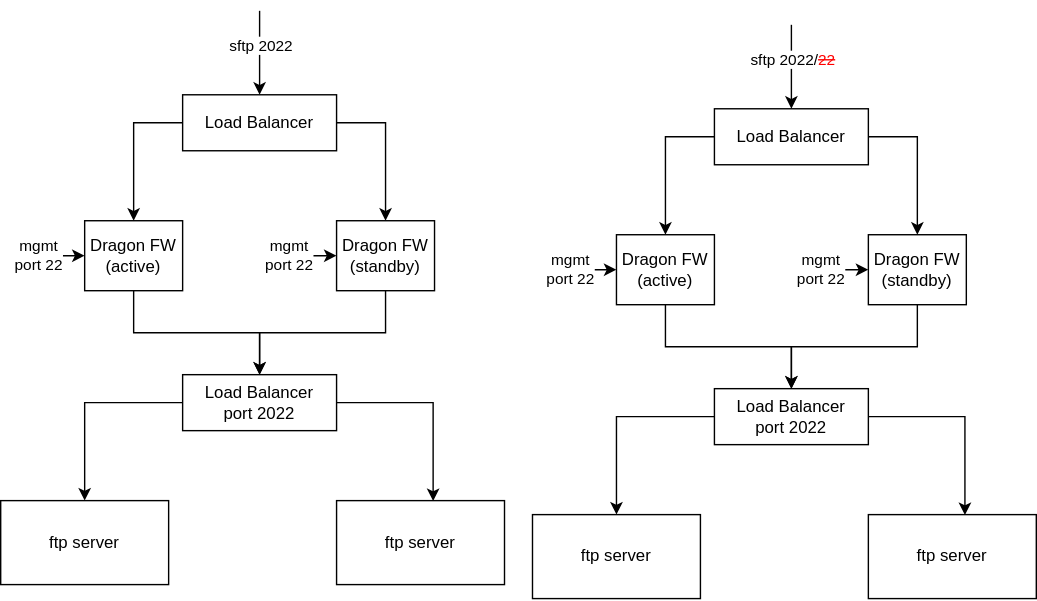
vjavle/invoicecloud keeps this draw.io diagram as ftpport22.svg. Above is the earlier version. Source tidied: cells renumbered, new cells last; positions are measured from the earlier drawing's top-left corner, leaving out a move shared by most shapes. Its diagram source:
```xml
<mxGraphModel>
  <root>
    <mxCell id="0" />
    <mxCell id="1" parent="0" />
    <mxCell id="2" style="edgeStyle=orthogonalEdgeStyle;rounded=0;jettySize=auto;html=1;startArrow=none;startFill=0;endArrow=classic;endFill=1;" parent="1" edge="1" source="5" target="10">
      <mxGeometry relative="1" as="geometry" />
    </mxCell>
    <mxCell id="3" style="edgeStyle=orthogonalEdgeStyle;rounded=0;jettySize=auto;html=1;startArrow=classic;startFill=1;endArrow=none;endFill=0;" parent="1" edge="1" source="5">
      <mxGeometry relative="1" as="geometry">
        <mxPoint x="10" y="175" as="targetPoint" />
      </mxGeometry>
    </mxCell>
    <mxCell id="4" value="mgmt&lt;br&gt;port 22" style="edgeLabel;html=1;align=center;verticalAlign=middle;" parent="3" vertex="1">
      <mxGeometry x="0.32" relative="1" as="geometry" />
    </mxCell>
    <mxCell id="5" value="Dragon FW&lt;br&gt;(active)" style="rounded=0;whiteSpace=wrap;html=1;" parent="1" vertex="1">
      <mxGeometry x="60" y="150" width="70" height="50" as="geometry" />
    </mxCell>
    <mxCell id="6" value="ftp server" style="rounded=0;whiteSpace=wrap;html=1;" parent="1" vertex="1">
      <mxGeometry y="350" width="120" height="60" as="geometry" />
    </mxCell>
    <mxCell id="7" value="ftp server" style="rounded=0;whiteSpace=wrap;html=1;" parent="1" vertex="1">
      <mxGeometry x="240" y="350" width="120" height="60" as="geometry" />
    </mxCell>
    <mxCell id="8" style="edgeStyle=orthogonalEdgeStyle;rounded=0;jettySize=auto;html=1;entryX=0.575;entryY=0.006;entryDx=0;entryDy=0;entryPerimeter=0;startArrow=none;startFill=0;endArrow=classic;endFill=1;exitX=1;exitY=0.5;exitDx=0;exitDy=0;" parent="1" edge="1" source="10" target="7">
      <mxGeometry relative="1" as="geometry" />
    </mxCell>
    <mxCell id="9" style="edgeStyle=orthogonalEdgeStyle;rounded=0;jettySize=auto;html=1;startArrow=none;startFill=0;endArrow=classic;endFill=1;" parent="1" edge="1" source="10" target="6">
      <mxGeometry relative="1" as="geometry" />
    </mxCell>
    <mxCell id="10" value="Load Balancer&lt;br&gt;port 2022" style="rounded=0;whiteSpace=wrap;html=1;" parent="1" vertex="1">
      <mxGeometry x="130" y="260" width="110" height="40" as="geometry" />
    </mxCell>
    <mxCell id="11" style="edgeStyle=orthogonalEdgeStyle;rounded=0;jettySize=auto;html=1;entryX=0.5;entryY=0;entryDx=0;entryDy=0;startArrow=none;startFill=0;endArrow=classic;endFill=1;exitX=0;exitY=0.5;exitDx=0;exitDy=0;" parent="1" edge="1" source="15" target="5">
      <mxGeometry relative="1" as="geometry" />
    </mxCell>
    <mxCell id="12" style="edgeStyle=orthogonalEdgeStyle;rounded=0;jettySize=auto;html=1;startArrow=none;startFill=0;endArrow=classic;endFill=1;exitX=1;exitY=0.5;exitDx=0;exitDy=0;" parent="1" edge="1" source="15" target="19">
      <mxGeometry relative="1" as="geometry" />
    </mxCell>
    <mxCell id="13" style="edgeStyle=orthogonalEdgeStyle;rounded=0;jettySize=auto;html=1;startArrow=classic;startFill=1;endArrow=none;endFill=0;" parent="1" edge="1" source="15">
      <mxGeometry relative="1" as="geometry">
        <mxPoint x="185" as="targetPoint" />
      </mxGeometry>
    </mxCell>
    <mxCell id="14" value="sftp 2022" style="edgeLabel;html=1;align=center;verticalAlign=middle;" parent="13" vertex="1">
      <mxGeometry x="0.17" y="-1" relative="1" as="geometry" />
    </mxCell>
    <mxCell id="15" value="Load Balancer" style="rounded=0;whiteSpace=wrap;html=1;" parent="1" vertex="1">
      <mxGeometry x="130" y="60" width="110" height="40" as="geometry" />
    </mxCell>
    <mxCell id="16" style="edgeStyle=orthogonalEdgeStyle;rounded=0;jettySize=auto;html=1;startArrow=none;startFill=0;endArrow=classic;endFill=1;" parent="1" edge="1" source="19" target="10">
      <mxGeometry relative="1" as="geometry" />
    </mxCell>
    <mxCell id="17" style="edgeStyle=orthogonalEdgeStyle;rounded=0;jettySize=auto;html=1;startArrow=classic;startFill=1;endArrow=none;endFill=0;" parent="1" edge="1" source="19">
      <mxGeometry relative="1" as="geometry">
        <mxPoint x="200" y="175" as="targetPoint" />
      </mxGeometry>
    </mxCell>
    <mxCell id="18" value="mgmt&lt;br&gt;port 22" style="edgeLabel;html=1;align=center;verticalAlign=middle;" parent="17" vertex="1">
      <mxGeometry x="0.72" relative="1" as="geometry" />
    </mxCell>
    <mxCell id="19" value="Dragon FW&lt;br&gt;(standby)" style="rounded=0;whiteSpace=wrap;html=1;" parent="1" vertex="1">
      <mxGeometry x="240" y="150" width="70" height="50" as="geometry" />
    </mxCell>
    <mxCell id="20" style="edgeStyle=orthogonalEdgeStyle;rounded=0;jettySize=auto;html=1;startArrow=none;startFill=0;endArrow=classic;endFill=1;" parent="1" edge="1" source="23" target="28">
      <mxGeometry relative="1" as="geometry" />
    </mxCell>
    <mxCell id="21" style="edgeStyle=orthogonalEdgeStyle;rounded=0;jettySize=auto;html=1;startArrow=classic;startFill=1;endArrow=none;endFill=0;" parent="1" edge="1" source="23">
      <mxGeometry relative="1" as="geometry">
        <mxPoint x="390" y="185" as="targetPoint" />
      </mxGeometry>
    </mxCell>
    <mxCell id="22" value="mgmt&lt;br&gt;port 22" style="edgeLabel;html=1;align=center;verticalAlign=middle;" parent="21" vertex="1">
      <mxGeometry x="0.32" relative="1" as="geometry" />
    </mxCell>
    <mxCell id="23" value="Dragon FW&lt;br&gt;(active)" style="rounded=0;whiteSpace=wrap;html=1;" parent="1" vertex="1">
      <mxGeometry x="440" y="160" width="70" height="50" as="geometry" />
    </mxCell>
    <mxCell id="24" value="ftp server" style="rounded=0;whiteSpace=wrap;html=1;" parent="1" vertex="1">
      <mxGeometry x="380" y="360" width="120" height="60" as="geometry" />
    </mxCell>
    <mxCell id="25" value="ftp server" style="rounded=0;whiteSpace=wrap;html=1;" parent="1" vertex="1">
      <mxGeometry x="620" y="360" width="120" height="60" as="geometry" />
    </mxCell>
    <mxCell id="26" style="edgeStyle=orthogonalEdgeStyle;rounded=0;jettySize=auto;html=1;entryX=0.575;entryY=0.006;entryDx=0;entryDy=0;entryPerimeter=0;startArrow=none;startFill=0;endArrow=classic;endFill=1;exitX=1;exitY=0.5;exitDx=0;exitDy=0;" parent="1" edge="1" source="28" target="25">
      <mxGeometry relative="1" as="geometry" />
    </mxCell>
    <mxCell id="27" style="edgeStyle=orthogonalEdgeStyle;rounded=0;jettySize=auto;html=1;startArrow=none;startFill=0;endArrow=classic;endFill=1;" parent="1" edge="1" source="28" target="24">
      <mxGeometry relative="1" as="geometry" />
    </mxCell>
    <mxCell id="28" value="Load Balancer&lt;br&gt;port 2022" style="rounded=0;whiteSpace=wrap;html=1;" parent="1" vertex="1">
      <mxGeometry x="510" y="270" width="110" height="40" as="geometry" />
    </mxCell>
    <mxCell id="29" style="edgeStyle=orthogonalEdgeStyle;rounded=0;jettySize=auto;html=1;entryX=0.5;entryY=0;entryDx=0;entryDy=0;startArrow=none;startFill=0;endArrow=classic;endFill=1;exitX=0;exitY=0.5;exitDx=0;exitDy=0;" parent="1" edge="1" source="33" target="23">
      <mxGeometry relative="1" as="geometry" />
    </mxCell>
    <mxCell id="30" style="edgeStyle=orthogonalEdgeStyle;rounded=0;jettySize=auto;html=1;startArrow=none;startFill=0;endArrow=classic;endFill=1;exitX=1;exitY=0.5;exitDx=0;exitDy=0;" parent="1" edge="1" source="33" target="37">
      <mxGeometry relative="1" as="geometry" />
    </mxCell>
    <mxCell id="31" style="edgeStyle=orthogonalEdgeStyle;rounded=0;jettySize=auto;html=1;startArrow=classic;startFill=1;endArrow=none;endFill=0;" parent="1" edge="1" source="33">
      <mxGeometry relative="1" as="geometry">
        <mxPoint x="565" y="10" as="targetPoint" />
      </mxGeometry>
    </mxCell>
    <mxCell id="32" value="sftp 2022/&lt;font color=&quot;#ff0000&quot;&gt;&lt;strike&gt;22&lt;/strike&gt;&lt;/font&gt;" style="edgeLabel;html=1;align=center;verticalAlign=middle;" parent="31" vertex="1">
      <mxGeometry x="0.17" y="-1" relative="1" as="geometry" />
    </mxCell>
    <mxCell id="33" value="Load Balancer" style="rounded=0;whiteSpace=wrap;html=1;" parent="1" vertex="1">
      <mxGeometry x="510" y="70" width="110" height="40" as="geometry" />
    </mxCell>
    <mxCell id="34" style="edgeStyle=orthogonalEdgeStyle;rounded=0;jettySize=auto;html=1;startArrow=none;startFill=0;endArrow=classic;endFill=1;" parent="1" edge="1" source="37" target="28">
      <mxGeometry relative="1" as="geometry" />
    </mxCell>
    <mxCell id="35" style="edgeStyle=orthogonalEdgeStyle;rounded=0;jettySize=auto;html=1;startArrow=classic;startFill=1;endArrow=none;endFill=0;" parent="1" edge="1" source="37">
      <mxGeometry relative="1" as="geometry">
        <mxPoint x="580" y="185" as="targetPoint" />
      </mxGeometry>
    </mxCell>
    <mxCell id="36" value="mgmt&lt;br&gt;port 22" style="edgeLabel;html=1;align=center;verticalAlign=middle;" parent="35" vertex="1">
      <mxGeometry x="0.72" relative="1" as="geometry" />
    </mxCell>
    <mxCell id="37" value="Dragon FW&lt;br&gt;(standby)" style="rounded=0;whiteSpace=wrap;html=1;" parent="1" vertex="1">
      <mxGeometry x="620" y="160" width="70" height="50" as="geometry" />
    </mxCell>
  </root>
</mxGraphModel>
```
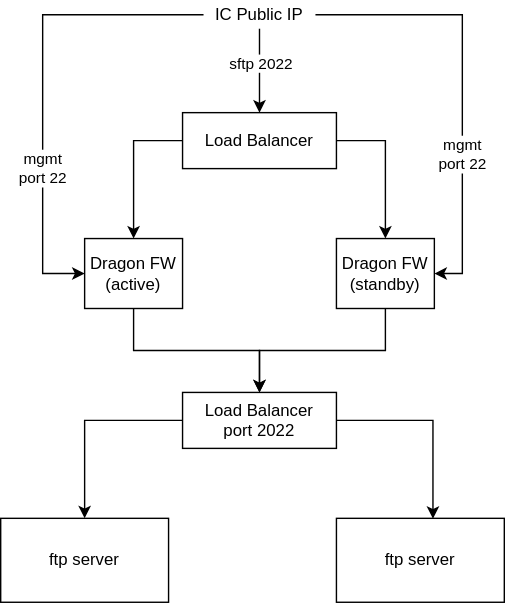
Later version of the same file.

What changed in the source:
```diff
@@ -5,13 +5,18 @@
     <mxCell id="2" style="edgeStyle=orthogonalEdgeStyle;rounded=0;jettySize=auto;html=1;startArrow=none;startFill=0;endArrow=classic;endFill=1;" parent="1" edge="1" source="5" target="10">
       <mxGeometry relative="1" as="geometry" />
     </mxCell>
-    <mxCell id="3" style="edgeStyle=orthogonalEdgeStyle;rounded=0;jettySize=auto;html=1;startArrow=classic;startFill=1;endArrow=none;endFill=0;" parent="1" edge="1" source="5">
+    <mxCell id="3" style="edgeStyle=orthogonalEdgeStyle;rounded=0;jettySize=auto;html=1;startArrow=classic;startFill=1;endArrow=none;endFill=0;" parent="1" edge="1" source="5" target="38">
       <mxGeometry relative="1" as="geometry">
-        <mxPoint x="10" y="175" as="targetPoint" />
+        <Array as="points">
+          <mxPoint x="30" y="175" />
+          <mxPoint x="30" y="-10" />
+        </Array>
       </mxGeometry>
     </mxCell>
     <mxCell id="4" value="mgmt&lt;br&gt;port 22" style="edgeLabel;html=1;align=center;verticalAlign=middle;" parent="3" vertex="1">
-      <mxGeometry x="0.32" relative="1" as="geometry" />
+      <mxGeometry x="0.32" relative="1" as="geometry">
+        <mxPoint x="-4" y="110" as="offset" />
+      </mxGeometry>
     </mxCell>
     <mxCell id="5" value="Dragon FW&lt;br&gt;(active)" style="rounded=0;whiteSpace=wrap;html=1;" parent="1" vertex="1">
       <mxGeometry x="60" y="150" width="70" height="50" as="geometry" />
@@ -51,76 +56,24 @@
     <mxCell id="16" style="edgeStyle=orthogonalEdgeStyle;rounded=0;jettySize=auto;html=1;startArrow=none;startFill=0;endArrow=classic;endFill=1;" parent="1" edge="1" source="19" target="10">
       <mxGeometry relative="1" as="geometry" />
     </mxCell>
-    <mxCell id="17" style="edgeStyle=orthogonalEdgeStyle;rounded=0;jettySize=auto;html=1;startArrow=classic;startFill=1;endArrow=none;endFill=0;" parent="1" edge="1" source="19">
+    <mxCell id="17" style="edgeStyle=orthogonalEdgeStyle;rounded=0;jettySize=auto;html=1;startArrow=classic;startFill=1;endArrow=none;endFill=0;entryX=1;entryY=0.5;entryDx=0;entryDy=0;" parent="1" edge="1" source="19" target="38">
       <mxGeometry relative="1" as="geometry">
-        <mxPoint x="200" y="175" as="targetPoint" />
+        <Array as="points">
+          <mxPoint x="330" y="175" />
+          <mxPoint x="330" y="-10" />
+        </Array>
       </mxGeometry>
     </mxCell>
     <mxCell id="18" value="mgmt&lt;br&gt;port 22" style="edgeLabel;html=1;align=center;verticalAlign=middle;" parent="17" vertex="1">
-      <mxGeometry x="0.72" relative="1" as="geometry" />
+      <mxGeometry x="0.72" relative="1" as="geometry">
+        <mxPoint x="62" y="100" as="offset" />
+      </mxGeometry>
     </mxCell>
     <mxCell id="19" value="Dragon FW&lt;br&gt;(standby)" style="rounded=0;whiteSpace=wrap;html=1;" parent="1" vertex="1">
       <mxGeometry x="240" y="150" width="70" height="50" as="geometry" />
     </mxCell>
-    <mxCell id="20" style="edgeStyle=orthogonalEdgeStyle;rounded=0;jettySize=auto;html=1;startArrow=none;startFill=0;endArrow=classic;endFill=1;" parent="1" edge="1" source="23" target="28">
-      <mxGeometry relative="1" as="geometry" />
-    </mxCell>
-    <mxCell id="21" style="edgeStyle=orthogonalEdgeStyle;rounded=0;jettySize=auto;html=1;startArrow=classic;startFill=1;endArrow=none;endFill=0;" parent="1" edge="1" source="23">
-      <mxGeometry relative="1" as="geometry">
-        <mxPoint x="390" y="185" as="targetPoint" />
-      </mxGeometry>
-    </mxCell>
-    <mxCell id="22" value="mgmt&lt;br&gt;port 22" style="edgeLabel;html=1;align=center;verticalAlign=middle;" parent="21" vertex="1">
-      <mxGeometry x="0.32" relative="1" as="geometry" />
-    </mxCell>
-    <mxCell id="23" value="Dragon FW&lt;br&gt;(active)" style="rounded=0;whiteSpace=wrap;html=1;" parent="1" vertex="1">
-      <mxGeometry x="440" y="160" width="70" height="50" as="geometry" />
-    </mxCell>
-    <mxCell id="24" value="ftp server" style="rounded=0;whiteSpace=wrap;html=1;" parent="1" vertex="1">
-      <mxGeometry x="380" y="360" width="120" height="60" as="geometry" />
-    </mxCell>
-    <mxCell id="25" value="ftp server" style="rounded=0;whiteSpace=wrap;html=1;" parent="1" vertex="1">
-      <mxGeometry x="620" y="360" width="120" height="60" as="geometry" />
-    </mxCell>
-    <mxCell id="26" style="edgeStyle=orthogonalEdgeStyle;rounded=0;jettySize=auto;html=1;entryX=0.575;entryY=0.006;entryDx=0;entryDy=0;entryPerimeter=0;startArrow=none;startFill=0;endArrow=classic;endFill=1;exitX=1;exitY=0.5;exitDx=0;exitDy=0;" parent="1" edge="1" source="28" target="25">
-      <mxGeometry relative="1" as="geometry" />
-    </mxCell>
-    <mxCell id="27" style="edgeStyle=orthogonalEdgeStyle;rounded=0;jettySize=auto;html=1;startArrow=none;startFill=0;endArrow=classic;endFill=1;" parent="1" edge="1" source="28" target="24">
-      <mxGeometry relative="1" as="geometry" />
-    </mxCell>
-    <mxCell id="28" value="Load Balancer&lt;br&gt;port 2022" style="rounded=0;whiteSpace=wrap;html=1;" parent="1" vertex="1">
-      <mxGeometry x="510" y="270" width="110" height="40" as="geometry" />
-    </mxCell>
-    <mxCell id="29" style="edgeStyle=orthogonalEdgeStyle;rounded=0;jettySize=auto;html=1;entryX=0.5;entryY=0;entryDx=0;entryDy=0;startArrow=none;startFill=0;endArrow=classic;endFill=1;exitX=0;exitY=0.5;exitDx=0;exitDy=0;" parent="1" edge="1" source="33" target="23">
-      <mxGeometry relative="1" as="geometry" />
-    </mxCell>
-    <mxCell id="30" style="edgeStyle=orthogonalEdgeStyle;rounded=0;jettySize=auto;html=1;startArrow=none;startFill=0;endArrow=classic;endFill=1;exitX=1;exitY=0.5;exitDx=0;exitDy=0;" parent="1" edge="1" source="33" target="37">
-      <mxGeometry relative="1" as="geometry" />
-    </mxCell>
-    <mxCell id="31" style="edgeStyle=orthogonalEdgeStyle;rounded=0;jettySize=auto;html=1;startArrow=classic;startFill=1;endArrow=none;endFill=0;" parent="1" edge="1" source="33">
-      <mxGeometry relative="1" as="geometry">
-        <mxPoint x="565" y="10" as="targetPoint" />
-      </mxGeometry>
-    </mxCell>
-    <mxCell id="32" value="sftp 2022/&lt;font color=&quot;#ff0000&quot;&gt;&lt;strike&gt;22&lt;/strike&gt;&lt;/font&gt;" style="edgeLabel;html=1;align=center;verticalAlign=middle;" parent="31" vertex="1">
-      <mxGeometry x="0.17" y="-1" relative="1" as="geometry" />
-    </mxCell>
-    <mxCell id="33" value="Load Balancer" style="rounded=0;whiteSpace=wrap;html=1;" parent="1" vertex="1">
-      <mxGeometry x="510" y="70" width="110" height="40" as="geometry" />
-    </mxCell>
-    <mxCell id="34" style="edgeStyle=orthogonalEdgeStyle;rounded=0;jettySize=auto;html=1;startArrow=none;startFill=0;endArrow=classic;endFill=1;" parent="1" edge="1" source="37" target="28">
-      <mxGeometry relative="1" as="geometry" />
-    </mxCell>
-    <mxCell id="35" style="edgeStyle=orthogonalEdgeStyle;rounded=0;jettySize=auto;html=1;startArrow=classic;startFill=1;endArrow=none;endFill=0;" parent="1" edge="1" source="37">
-      <mxGeometry relative="1" as="geometry">
-        <mxPoint x="580" y="185" as="targetPoint" />
-      </mxGeometry>
-    </mxCell>
-    <mxCell id="36" value="mgmt&lt;br&gt;port 22" style="edgeLabel;html=1;align=center;verticalAlign=middle;" parent="35" vertex="1">
-      <mxGeometry x="0.72" relative="1" as="geometry" />
-    </mxCell>
-    <mxCell id="37" value="Dragon FW&lt;br&gt;(standby)" style="rounded=0;whiteSpace=wrap;html=1;" parent="1" vertex="1">
-      <mxGeometry x="620" y="160" width="70" height="50" as="geometry" />
-    </mxCell>
+    <mxCell id="38" value="IC Public IP" style="text;html=1;strokeColor=none;fillColor=none;align=center;verticalAlign=middle;whiteSpace=wrap;rounded=0;fontColor=#000000;" parent="1" vertex="1">
+      <mxGeometry x="145" y="-20" width="80" height="20" as="geometry" />
+    </mxCell>
   </root>
 </mxGraphModel>
```
